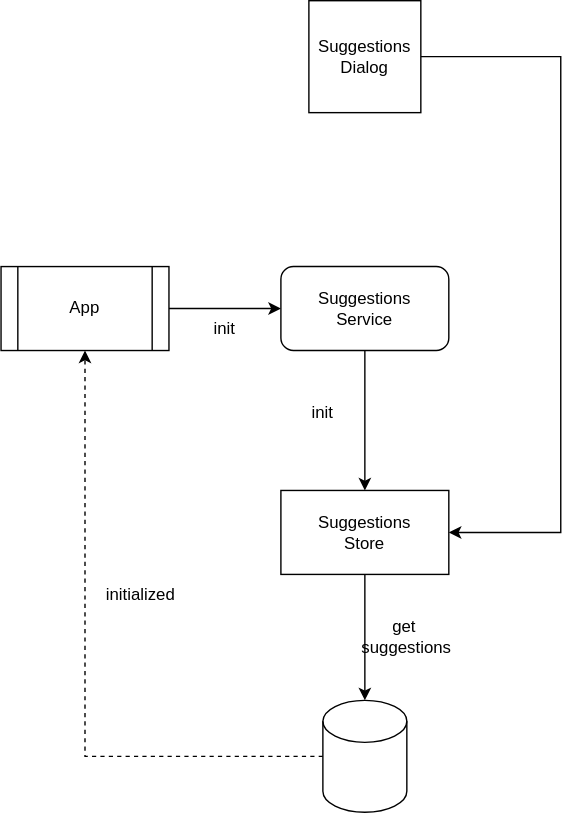
The draw.io diagram docs/stores_and_services.svg in evandor/tabsets, before a commit. Source tidied: cells renumbered, new cells last; positions are measured from the earlier drawing's top-left corner, leaving out a move shared by most shapes.
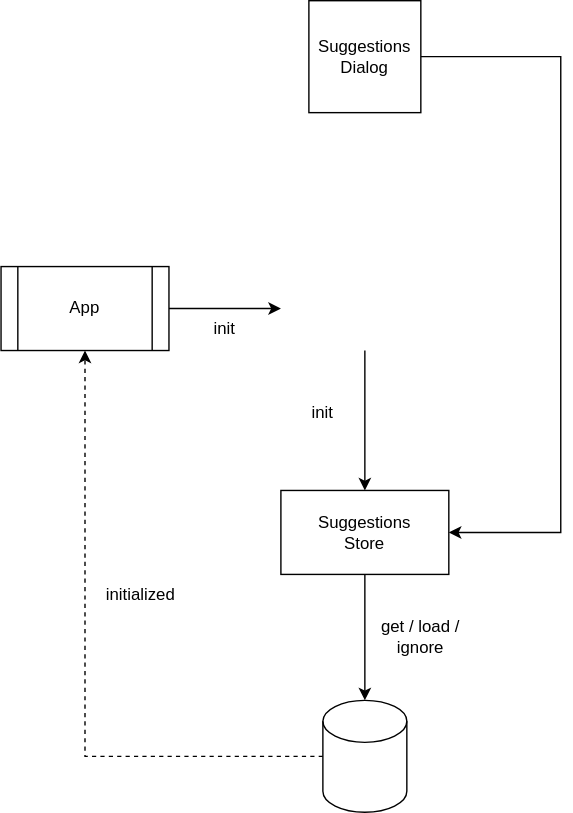
Above is the later version.

Change to the diagram source:
```diff
@@ -2,12 +2,11 @@
   <root>
     <mxCell id="0" />
     <mxCell id="1" parent="0" />
-    <mxCell id="2" style="edgeStyle=orthogonalEdgeStyle;rounded=0;jettySize=auto;html=1;entryX=0.5;entryY=0;entryDx=0;entryDy=0;" parent="1" edge="1" source="3" target="7">
-      <mxGeometry relative="1" as="geometry" />
+    <mxCell id="2" style="edgeStyle=orthogonalEdgeStyle;rounded=0;jettySize=auto;html=1;entryX=0.5;entryY=0;entryDx=0;entryDy=0;" parent="1" edge="1" target="7">
+      <mxGeometry relative="1" as="geometry">
+        <mxPoint x="260" y="250" as="sourcePoint" />
+      </mxGeometry>
     </mxCell>
-    <mxCell id="3" value="Suggestions&lt;br&gt;Service" style="rounded=1;whiteSpace=wrap;html=1;" parent="1" vertex="1">
-      <mxGeometry x="200" y="190" width="120" height="60" as="geometry" />
-    </mxCell>
     <mxCell id="4" style="edgeStyle=orthogonalEdgeStyle;rounded=0;jettySize=auto;html=1;entryX=0.5;entryY=1;entryDx=0;entryDy=0;dashed=1;" parent="1" edge="1" source="5" target="11">
       <mxGeometry relative="1" as="geometry" />
     </mxCell>
@@ -31,8 +30,10 @@
     <mxCell id="9" value="Suggestions&lt;br&gt;Dialog" style="whiteSpace=wrap;html=1;" parent="1" vertex="1">
       <mxGeometry x="220" width="80" height="80" as="geometry" />
     </mxCell>
-    <mxCell id="10" style="edgeStyle=orthogonalEdgeStyle;rounded=0;jettySize=auto;html=1;" parent="1" edge="1" source="11" target="3">
-      <mxGeometry relative="1" as="geometry" />
+    <mxCell id="10" style="edgeStyle=orthogonalEdgeStyle;rounded=0;jettySize=auto;html=1;" parent="1" edge="1" source="11">
+      <mxGeometry relative="1" as="geometry">
+        <mxPoint x="200" y="220" as="targetPoint" />
+      </mxGeometry>
     </mxCell>
     <mxCell id="11" value="App" style="shape=process;whiteSpace=wrap;html=1;backgroundOutline=1;" parent="1" vertex="1">
       <mxGeometry y="190" width="120" height="60" as="geometry" />
@@ -46,8 +47,8 @@
     <mxCell id="14" value="init" style="text;html=1;strokeColor=none;fillColor=none;align=center;verticalAlign=middle;whiteSpace=wrap;rounded=0;" parent="1" vertex="1">
       <mxGeometry x="200" y="280" width="60" height="30" as="geometry" />
     </mxCell>
-    <mxCell id="15" value="get&amp;nbsp;&lt;br&gt;suggestions" style="text;html=1;strokeColor=none;fillColor=none;align=center;verticalAlign=middle;whiteSpace=wrap;rounded=0;" parent="1" vertex="1">
-      <mxGeometry x="260" y="440" width="60" height="30" as="geometry" />
+    <mxCell id="15" value="get / load /&lt;br&gt;ignore" style="text;html=1;strokeColor=none;fillColor=none;align=center;verticalAlign=middle;whiteSpace=wrap;rounded=0;" parent="1" vertex="1">
+      <mxGeometry x="270" y="440" width="60" height="30" as="geometry" />
     </mxCell>
   </root>
 </mxGraphModel>
```
